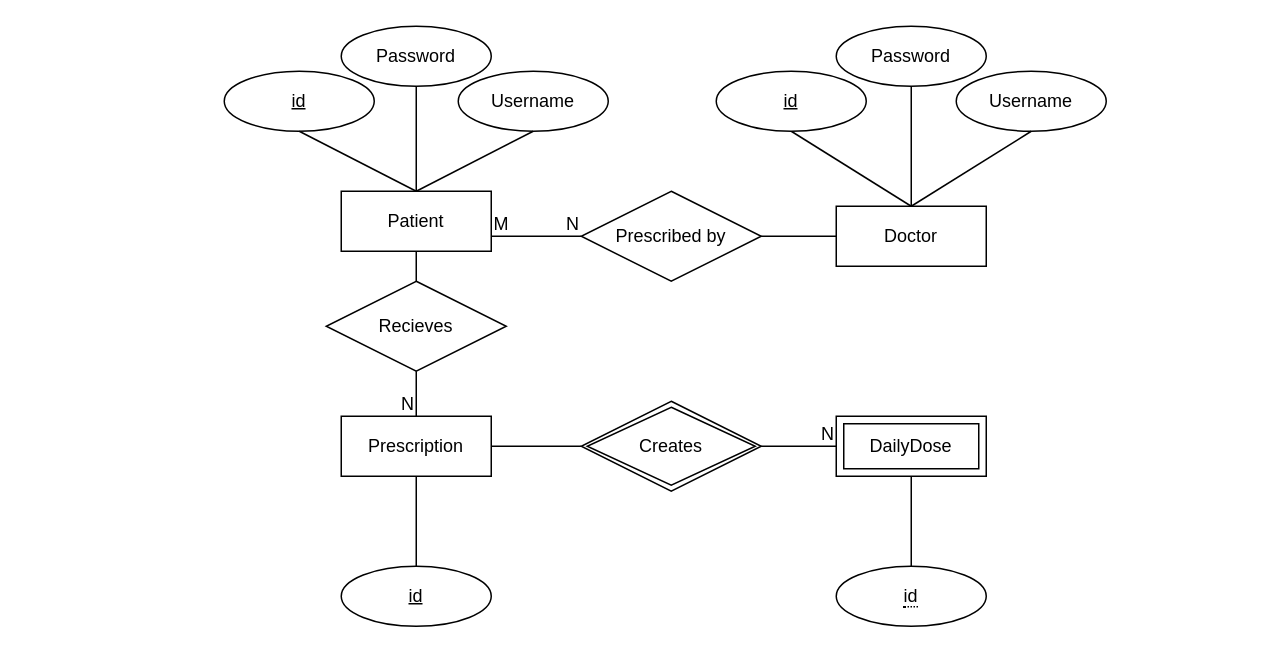
Above: Pat_ToDo.drawio in Sunakshi-ui/Patient_ToDo (draw.io), before the change. Source tidied: cells renumbered, new cells numbered last; positions are measured from the earlier drawing's top-left corner, leaving out a move shared by most shapes. Both pictures are drawn from the tidied source at 150%, with x=0, y=0 at pixel (224, 26).
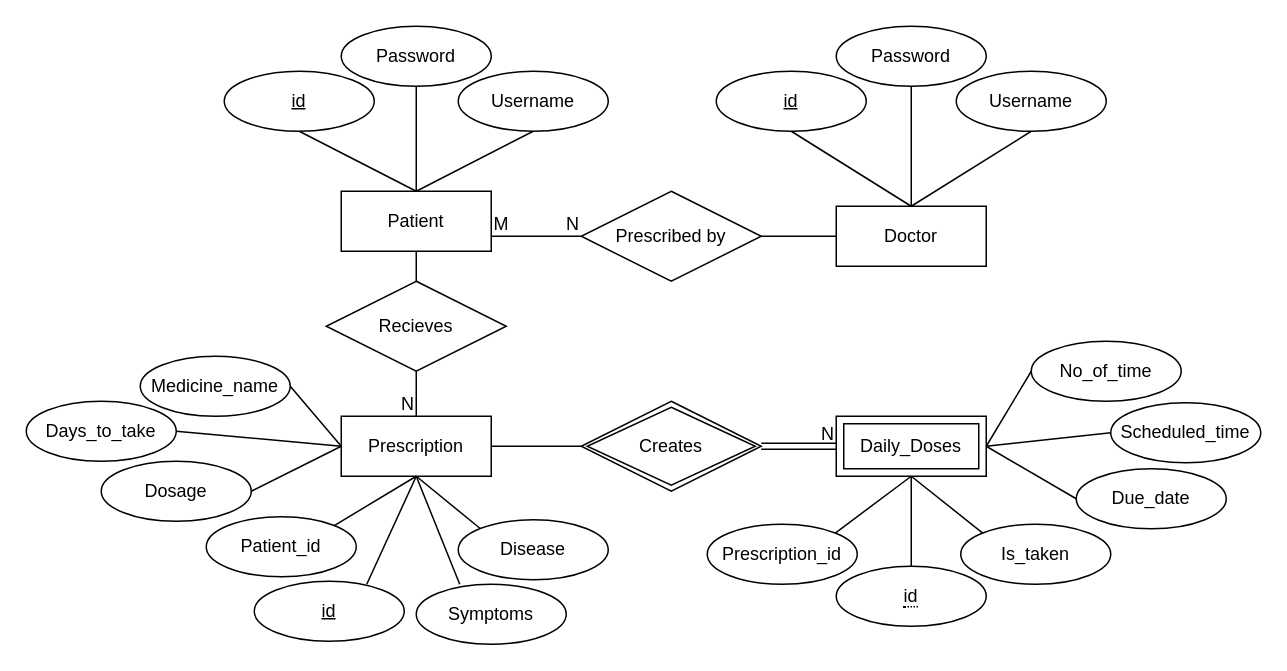
Above is the later version.

Unchanged cells that the change refers to:
```xml
<mxCell id="4" value="Prescription" style="whiteSpace=wrap;html=1;align=center;" parent="1" vertex="1">
  <mxGeometry x="78" y="260" width="100" height="40" as="geometry" />
</mxCell>
<mxCell id="12" value="Creates" style="shape=rhombus;double=1;perimeter=rhombusPerimeter;whiteSpace=wrap;html=1;align=center;" parent="1" vertex="1">
  <mxGeometry x="238" y="250" width="120" height="60" as="geometry" />
</mxCell>
```

What changed in the source:
```diff
@@
-<mxGraphModel>
+<mxGraphModel background="#ffffff">
@@
-    <mxCell id="5" value="DailyDose" style="shape=ext;margin=3;double=1;whiteSpace=wrap;html=1;align=center;" parent="1" vertex="1">
+    <mxCell id="5" value="Daily_Doses" style="shape=ext;margin=3;double=1;whiteSpace=wrap;html=1;align=center;" parent="1" vertex="1">
       <mxGeometry x="408" y="260" width="100" height="40" as="geometry" />
     </mxCell>
@@
-    <mxCell id="14" style="endArrow=none;html=1;rounded=0;exitX=1;exitY=0.5;exitDx=0;exitDy=0;entryX=0;entryY=0.5;entryDx=0;entryDy=0;" parent="1" edge="1" source="12" target="5">
-      <mxGeometry relative="1" as="geometry" />
-    </mxCell>
-    <mxCell id="15" value="N" style="html=1;whiteSpace=wrap;align=right;verticalAlign=bottom;" parent="14" vertex="1">
-      <mxGeometry x="1" relative="1" as="geometry" />
-    </mxCell>
@@
     <mxCell id="31" value="id" style="ellipse;whiteSpace=wrap;html=1;align=center;fontStyle=4;" parent="1" vertex="1">
-      <mxGeometry x="78" y="360" width="100" height="40" as="geometry" />
+      <mxGeometry x="20" y="370" width="100" height="40" as="geometry" />
     </mxCell>
@@
-    <mxCell id="34" style="endArrow=none;html=1;rounded=0;exitX=0.5;exitY=0;exitDx=0;exitDy=0;entryX=0.5;entryY=1;entryDx=0;entryDy=0;" parent="1" edge="1" source="31" target="4">
+    <mxCell id="34" style="endArrow=none;html=1;rounded=0;exitX=0.75;exitY=0.05;exitDx=0;exitDy=0;entryX=0.5;entryY=1;entryDx=0;entryDy=0;exitPerimeter=0;" parent="1" edge="1" source="31" target="4">
       <mxGeometry relative="1" as="geometry" />
     </mxCell>
+    <mxCell id="35" value="Prescription_id" style="ellipse;whiteSpace=wrap;html=1;align=center;" parent="1" vertex="1">
+      <mxGeometry x="322" y="332" width="100" height="40" as="geometry" />
+    </mxCell>
+    <mxCell id="36" value="Scheduled_time" style="ellipse;whiteSpace=wrap;html=1;align=center;" parent="1" vertex="1">
+      <mxGeometry x="591" y="251" width="100" height="40" as="geometry" />
+    </mxCell>
+    <mxCell id="37" value="Due_date" style="ellipse;whiteSpace=wrap;html=1;align=center;" parent="1" vertex="1">
+      <mxGeometry x="568" y="295" width="100" height="40" as="geometry" />
+    </mxCell>
+    <mxCell id="38" value="Is_taken" style="ellipse;whiteSpace=wrap;html=1;align=center;" parent="1" vertex="1">
+      <mxGeometry x="491" y="332" width="100" height="40" as="geometry" />
+    </mxCell>
+    <mxCell id="39" value="Symptoms" style="ellipse;whiteSpace=wrap;html=1;align=center;" parent="1" vertex="1">
+      <mxGeometry x="128" y="372" width="100" height="40" as="geometry" />
+    </mxCell>
+    <mxCell id="40" value="Disease" style="ellipse;whiteSpace=wrap;html=1;align=center;" parent="1" vertex="1">
+      <mxGeometry x="156" y="329" width="100" height="40" as="geometry" />
+    </mxCell>
+    <mxCell id="41" value="Medicine_name" style="ellipse;whiteSpace=wrap;html=1;align=center;" parent="1" vertex="1">
+      <mxGeometry x="-56" y="220" width="100" height="40" as="geometry" />
+    </mxCell>
+    <mxCell id="42" value="Dosage" style="ellipse;whiteSpace=wrap;html=1;align=center;" parent="1" vertex="1">
+      <mxGeometry x="-82" y="290" width="100" height="40" as="geometry" />
+    </mxCell>
+    <mxCell id="43" value="No_of_time" style="ellipse;whiteSpace=wrap;html=1;align=center;" parent="1" vertex="1">
+      <mxGeometry x="538" y="210" width="100" height="40" as="geometry" />
+    </mxCell>
+    <mxCell id="44" value="Days_to_take" style="ellipse;whiteSpace=wrap;html=1;align=center;" parent="1" vertex="1">
+      <mxGeometry x="-132" y="250" width="100" height="40" as="geometry" />
+    </mxCell>
+    <mxCell id="45" value="Patient_id" style="ellipse;whiteSpace=wrap;html=1;align=center;" parent="1" vertex="1">
+      <mxGeometry x="-12" y="327" width="100" height="40" as="geometry" />
+    </mxCell>
+    <mxCell id="14" style="shape=link;html=1;rounded=0;entryX=0;entryY=0.5;entryDx=0;entryDy=0;exitX=1;exitY=0.5;exitDx=0;exitDy=0;" parent="1" edge="1" source="12" target="5">
+      <mxGeometry relative="1" as="geometry" />
+    </mxCell>
+    <mxCell id="15" value="N" style="html=1;whiteSpace=wrap;align=right;verticalAlign=bottom;" parent="14" vertex="1">
+      <mxGeometry x="1" relative="1" as="geometry" />
+    </mxCell>
+    <mxCell id="46" style="endArrow=none;html=1;rounded=0;exitX=0.29;exitY=0;exitDx=0;exitDy=0;entryX=0.5;entryY=1;entryDx=0;entryDy=0;exitPerimeter=0;" parent="1" edge="1" source="39" target="4">
+      <mxGeometry relative="1" as="geometry" />
+    </mxCell>
+    <mxCell id="47" style="endArrow=none;html=1;rounded=0;exitX=0;exitY=0;exitDx=0;exitDy=0;entryX=0.5;entryY=1;entryDx=0;entryDy=0;" parent="1" edge="1" source="40" target="4">
+      <mxGeometry relative="1" as="geometry" />
+    </mxCell>
+    <mxCell id="48" style="endArrow=none;html=1;rounded=0;exitX=1;exitY=0;exitDx=0;exitDy=0;entryX=0.5;entryY=1;entryDx=0;entryDy=0;" parent="1" edge="1" source="45" target="4">
+      <mxGeometry relative="1" as="geometry" />
+    </mxCell>
+    <mxCell id="49" style="endArrow=none;html=1;rounded=0;exitX=0;exitY=0.5;exitDx=0;exitDy=0;entryX=1;entryY=0.5;entryDx=0;entryDy=0;" parent="1" edge="1" source="4" target="42">
+      <mxGeometry relative="1" as="geometry" />
+    </mxCell>
+    <mxCell id="50" style="endArrow=none;html=1;rounded=0;exitX=0;exitY=0.5;exitDx=0;exitDy=0;entryX=1;entryY=0.5;entryDx=0;entryDy=0;" parent="1" edge="1" source="4" target="44">
+      <mxGeometry relative="1" as="geometry" />
+    </mxCell>
+    <mxCell id="51" style="endArrow=none;html=1;rounded=0;exitX=0;exitY=0.5;exitDx=0;exitDy=0;entryX=1;entryY=0.5;entryDx=0;entryDy=0;" parent="1" edge="1" source="4" target="41">
+      <mxGeometry relative="1" as="geometry" />
+    </mxCell>
+    <mxCell id="52" style="endArrow=none;html=1;rounded=0;exitX=1;exitY=0;exitDx=0;exitDy=0;entryX=0.5;entryY=1;entryDx=0;entryDy=0;" parent="1" edge="1" source="35" target="5">
+      <mxGeometry relative="1" as="geometry" />
+    </mxCell>
+    <mxCell id="53" style="endArrow=none;html=1;rounded=0;exitX=0;exitY=0;exitDx=0;exitDy=0;entryX=0.5;entryY=1;entryDx=0;entryDy=0;" parent="1" edge="1" source="38" target="5">
+      <mxGeometry relative="1" as="geometry" />
+    </mxCell>
+    <mxCell id="54" style="endArrow=none;html=1;rounded=0;exitX=0;exitY=0.5;exitDx=0;exitDy=0;entryX=1;entryY=0.5;entryDx=0;entryDy=0;" parent="1" edge="1" source="37" target="5">
+      <mxGeometry relative="1" as="geometry" />
+    </mxCell>
+    <mxCell id="55" style="endArrow=none;html=1;rounded=0;exitX=0;exitY=0.5;exitDx=0;exitDy=0;entryX=1;entryY=0.5;entryDx=0;entryDy=0;" parent="1" edge="1" source="36" target="5">
+      <mxGeometry relative="1" as="geometry" />
+    </mxCell>
+    <mxCell id="56" style="endArrow=none;html=1;rounded=0;exitX=1;exitY=0.5;exitDx=0;exitDy=0;entryX=0;entryY=0.5;entryDx=0;entryDy=0;" parent="1" edge="1" source="5" target="43">
+      <mxGeometry relative="1" as="geometry" />
+    </mxCell>
```
